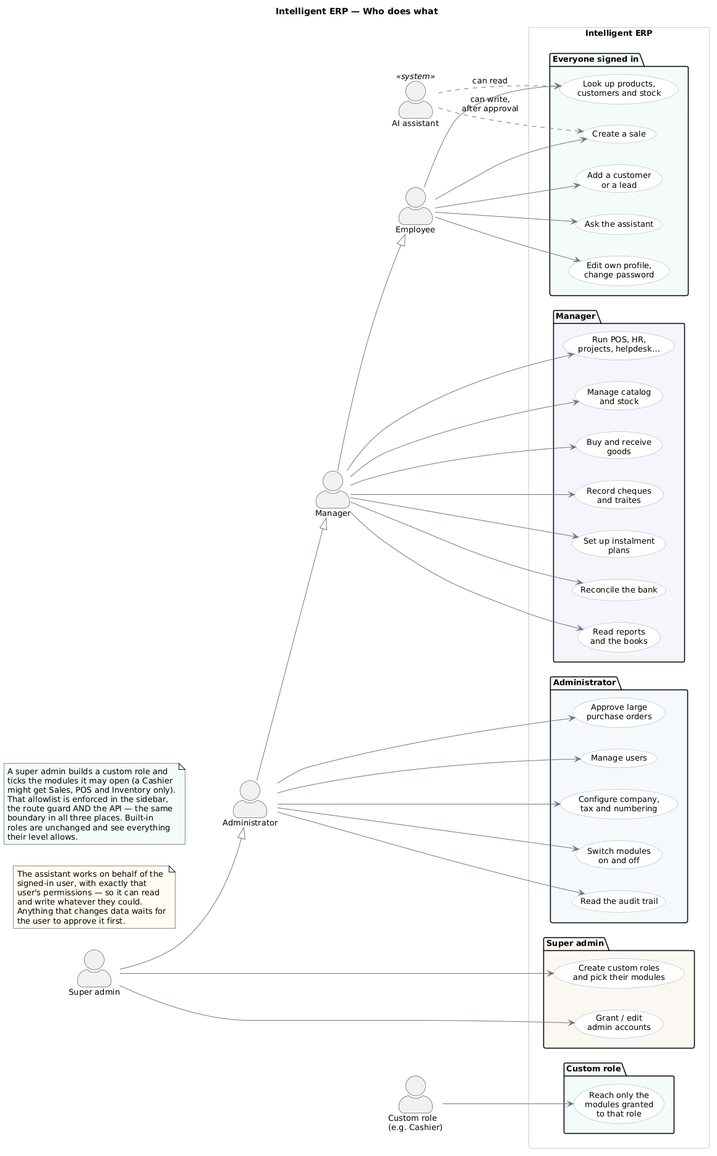
Above: diagrams/use-case.png in mariemtnb/ERP-AI-odoo-like (PlantUML), before the change.
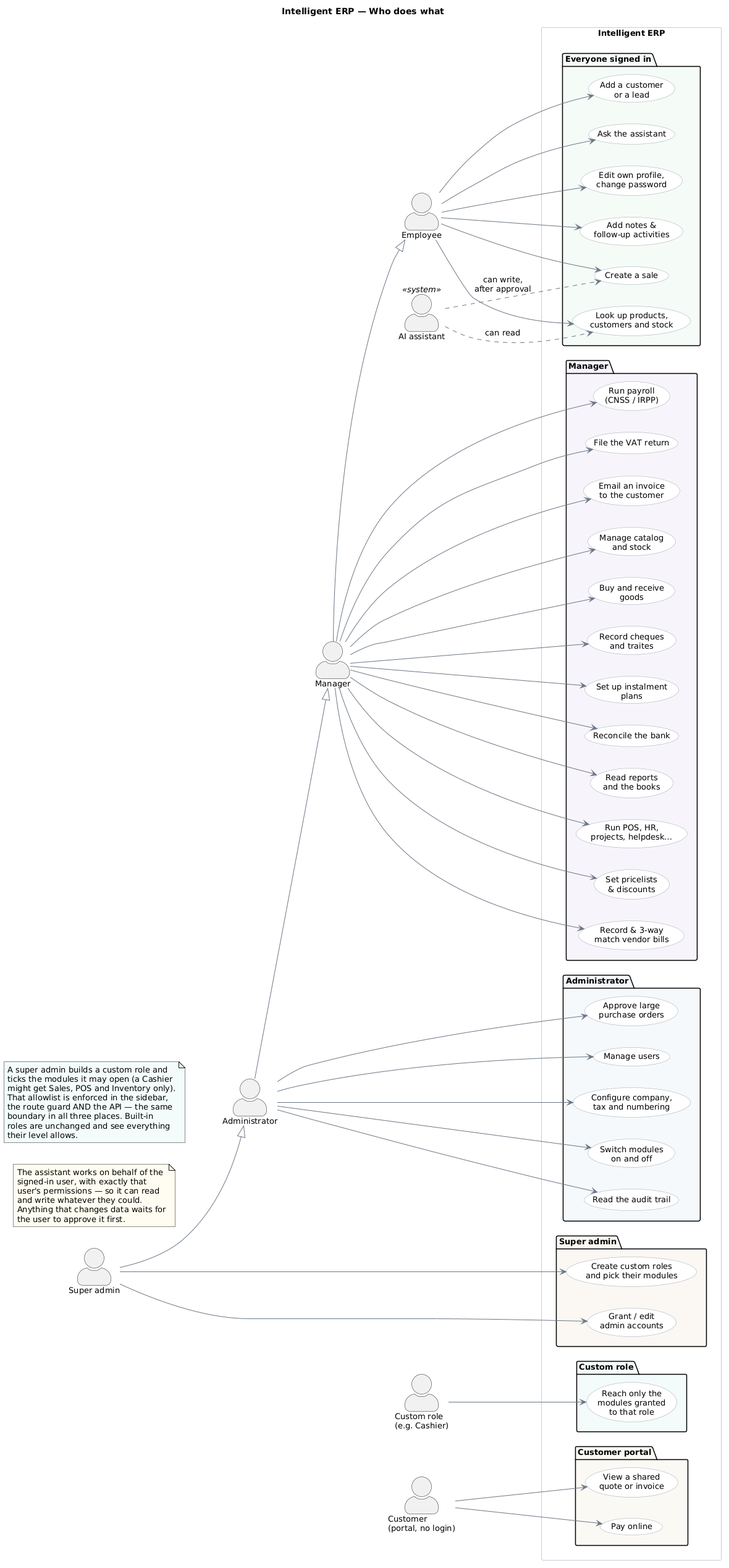
The same file after the commit.

Commit message:
Docs: cover the eight new modules in the report, manual and diagrams

Change to the diagram source:
```diff
@@ -21,6 +21,7 @@
 actor Administrator as admin
 actor "Super admin" as superadmin
 actor "Custom role\n(e.g. Cashier)" as custom
+actor "Customer\n(portal, no login)" as buyer
 actor "AI assistant" as agent <<system>>
 
 manager --|> employee
@@ -35,6 +36,7 @@
     usecase "Add a customer\nor a lead" as UC3
     usecase "Ask the assistant" as UC4
     usecase "Edit own profile,\nchange password" as UC16
+    usecase "Add notes &\nfollow-up activities" as UC21
   }
 
   package "Manager" #F7F4FB {
@@ -45,6 +47,11 @@
     usecase "Reconcile the bank" as UC9
     usecase "Read reports\nand the books" as UC10
     usecase "Run POS, HR,\nprojects, helpdesk…" as UC17
+    usecase "Set pricelists\n& discounts" as UC22
+    usecase "Record & 3-way\nmatch vendor bills" as UC23
+    usecase "Run payroll\n(CNSS / IRPP)" as UC24
+    usecase "File the VAT return" as UC25
+    usecase "Email an invoice\nto the customer" as UC26
   }
 
   package "Administrator" #F4F8FB {
@@ -63,6 +70,11 @@
   package "Custom role" #F2FBFA {
     usecase "Reach only the\nmodules granted\nto that role" as UC20
   }
+
+  package "Customer portal" #FBF9F2 {
+    usecase "View a shared\nquote or invoice" as UC27
+    usecase "Pay online" as UC28
+  }
 }
 
 employee --> UC1
@@ -70,6 +82,7 @@
 employee --> UC3
 employee --> UC4
 employee --> UC16
+employee --> UC21
 
 manager --> UC5
 manager --> UC6
@@ -78,6 +91,11 @@
 manager --> UC9
 manager --> UC10
 manager --> UC17
+manager --> UC22
+manager --> UC23
+manager --> UC24
+manager --> UC25
+manager --> UC26
 
 admin --> UC11
 admin --> UC12
@@ -89,6 +107,9 @@
 superadmin --> UC19
 
 custom --> UC20
+
+buyer --> UC27
+buyer --> UC28
 
 agent ..> UC1 : can read
 agent ..> UC2 : can write,\nafter approval
```
